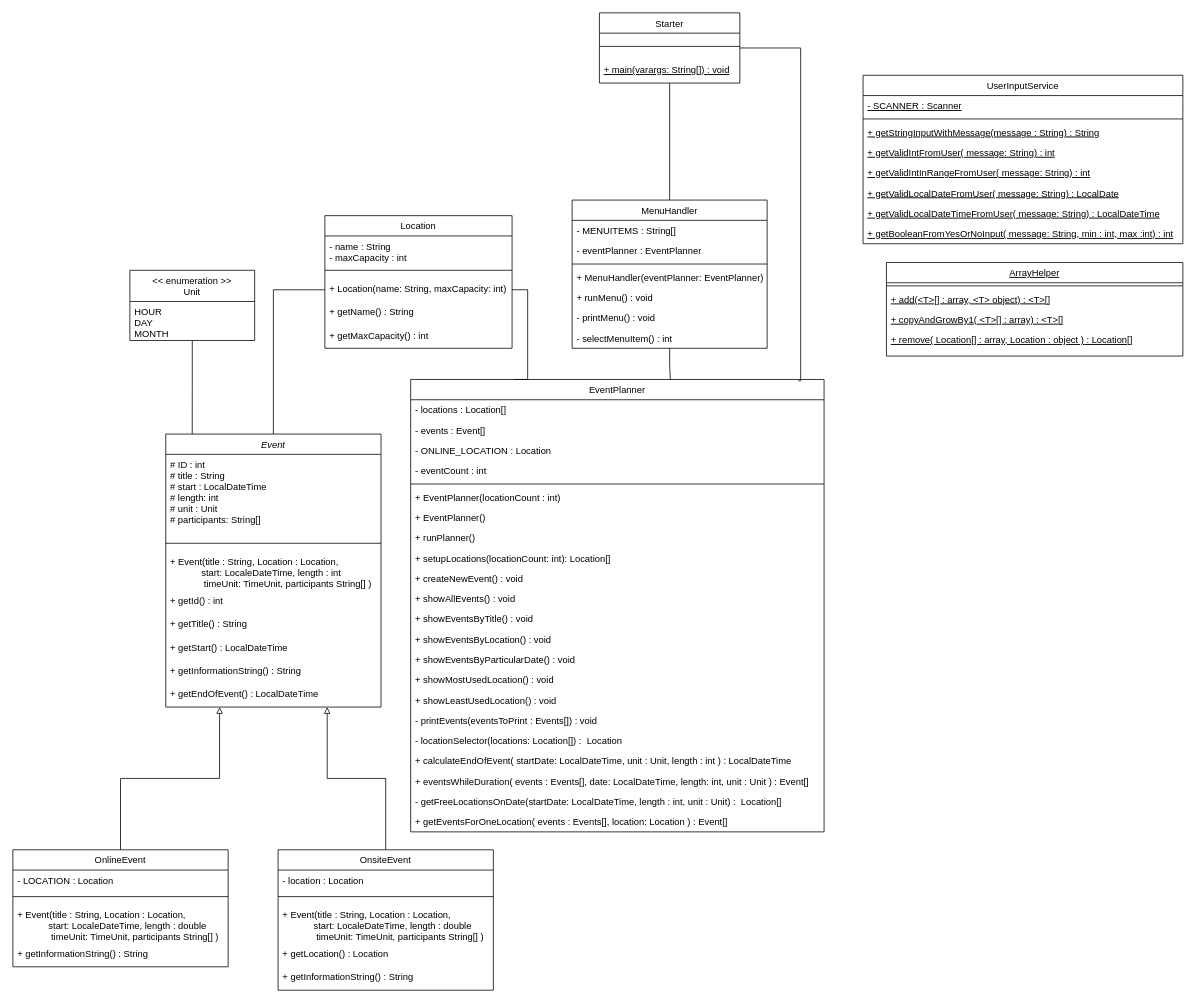
julix14/becker-co1-assignment-02 keeps this draw.io diagram as doc/UML.drawio. Above is the earlier version. Source tidied: cells renumbered, new cells numbered last; positions are measured from the earlier drawing's top-left corner, leaving out a move shared by most shapes. Both pictures are drawn from the tidied source at 78%, with x=0, y=0 at pixel (12, 12).
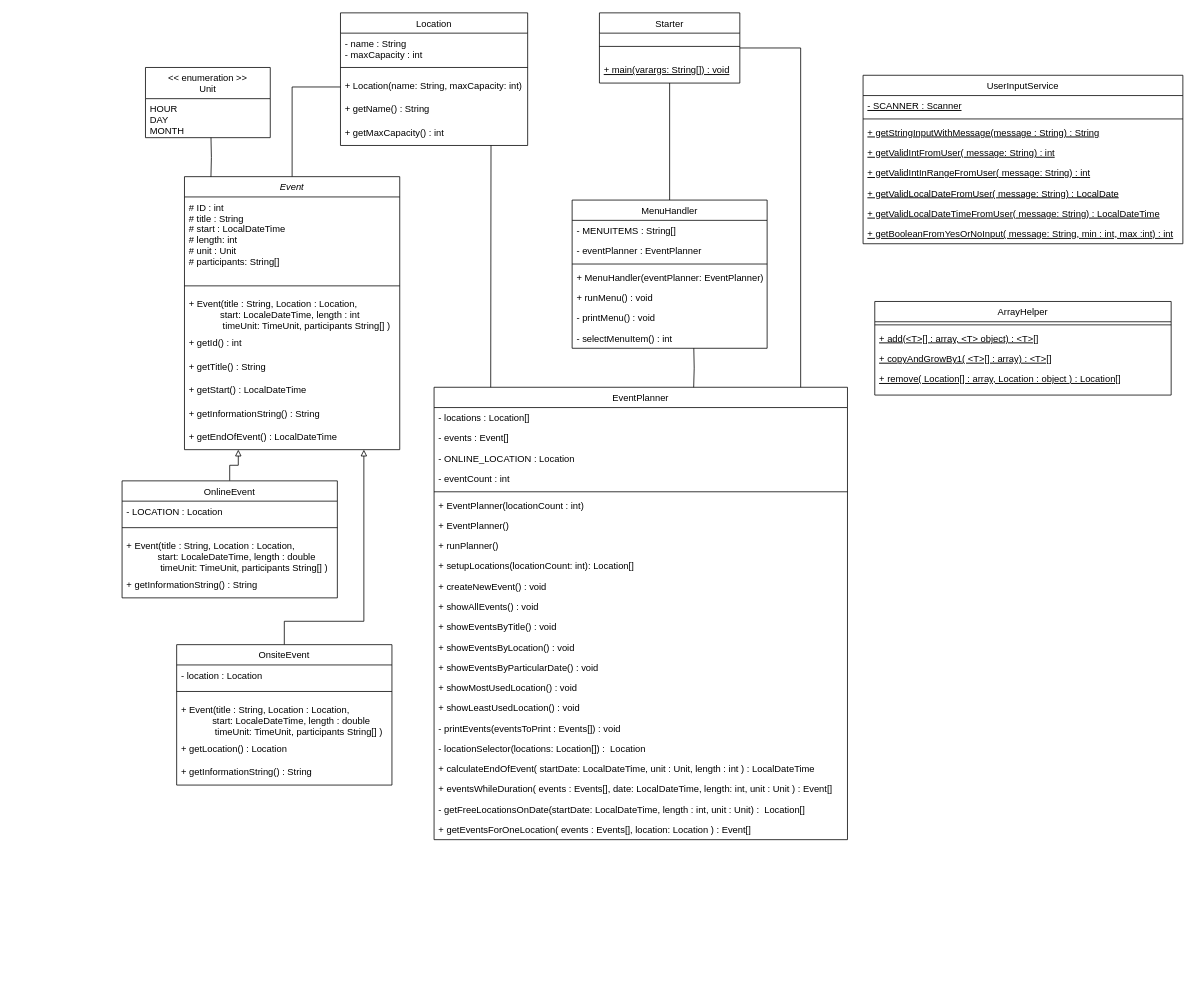
The same page after the edit.

The change refers to these unchanged cells:
```xml
<mxCell id="28" value="+ Location(name: String, maxCapacity: int)" style="text;align=left;verticalAlign=top;spacingLeft=4;spacingRight=4;overflow=hidden;points=[[0,0.5],[1,0.5]];portConstraint=eastwest;" parent="25" vertex="1">
  <mxGeometry y="80" width="240" height="30" as="geometry" />
</mxCell>
<mxCell id="46" value="Starter" style="swimlane;fontStyle=0;align=center;verticalAlign=top;horizontal=1;startSize=26;rounded=0;shadow=0;strokeWidth=1;" parent="1" vertex="1">
  <mxGeometry x="752" width="180" height="90" as="geometry" />
</mxCell>
<mxCell id="50" value="MenuHandler" style="swimlane;fontStyle=0;align=center;verticalAlign=top;horizontal=1;startSize=26;rounded=0;shadow=0;strokeWidth=1;" parent="1" vertex="1">
  <mxGeometry x="717" y="240" width="250" height="190" as="geometry" />
</mxCell>
```

Change to the diagram source:
```diff
@@
     <mxCell id="2" value="EventPlanner" style="swimlane;fontStyle=0;align=center;verticalAlign=top;horizontal=1;startSize=26;rounded=0;shadow=0;strokeWidth=1;" parent="1" vertex="1">
-      <mxGeometry x="510" y="470" width="530" height="580" as="geometry" />
+      <mxGeometry x="540" y="480" width="530" height="580" as="geometry" />
     </mxCell>
@@
     <mxCell id="25" value="Location" style="swimlane;fontStyle=0;align=center;verticalAlign=top;horizontal=1;startSize=26;rounded=0;shadow=0;strokeWidth=1;" parent="1" vertex="1">
-      <mxGeometry x="400" y="260" width="240" height="170" as="geometry" />
+      <mxGeometry x="420" width="240" height="170" as="geometry" />
     </mxCell>
@@
-    <mxCell id="31" style="edgeStyle=orthogonalEdgeStyle;rounded=0;jettySize=auto;html=1;exitX=0.5;exitY=1;exitDx=0;exitDy=0;entryX=0.123;entryY=0.001;entryDx=0;entryDy=0;entryPerimeter=0;endArrow=none;endFill=0;" parent="1" edge="1" source="32" target="35">
-      <mxGeometry relative="1" as="geometry" />
+    <mxCell id="31" style="edgeStyle=orthogonalEdgeStyle;rounded=0;jettySize=auto;html=1;entryX=0.123;entryY=0.001;entryDx=0;entryDy=0;entryPerimeter=0;endArrow=none;endFill=0;" parent="1" edge="1" target="35">
+      <mxGeometry relative="1" as="geometry">
+        <mxPoint x="254" y="160" as="sourcePoint" />
+      </mxGeometry>
     </mxCell>
     <mxCell id="32" value="&lt;&lt; enumeration &gt;&gt;&#10;Unit" style="swimlane;fontStyle=0;align=center;verticalAlign=top;horizontal=1;startSize=40;rounded=0;shadow=0;strokeWidth=1;" parent="1" vertex="1">
-      <mxGeometry x="150" y="330" width="160" height="90" as="geometry" />
+      <mxGeometry x="170" y="70" width="160" height="90" as="geometry" />
     </mxCell>
@@
     <mxCell id="35" value="Event" style="swimlane;fontStyle=2;align=center;verticalAlign=top;horizontal=1;startSize=26;rounded=0;shadow=0;strokeWidth=1;" parent="1" vertex="1">
-      <mxGeometry x="196" y="540" width="276" height="350" as="geometry" />
+      <mxGeometry x="220" y="210" width="276" height="350" as="geometry" />
     </mxCell>
@@
-    <mxCell id="45" style="edgeStyle=orthogonalEdgeStyle;rounded=0;jettySize=auto;html=1;exitX=1;exitY=0.5;exitDx=0;exitDy=0;endArrow=none;endFill=0;entryX=0.938;entryY=0.003;entryDx=0;entryDy=0;entryPerimeter=0;" parent="1" edge="1" source="46" target="2">
+    <mxCell id="45" style="edgeStyle=orthogonalEdgeStyle;rounded=0;jettySize=auto;html=1;exitX=1;exitY=0.5;exitDx=0;exitDy=0;endArrow=none;endFill=0;" parent="1" edge="1" source="46">
       <mxGeometry relative="1" as="geometry">
+        <mxPoint x="1010" y="480" as="targetPoint" />
         <Array as="points">
           <mxPoint x="1010" y="45" />
-          <mxPoint x="1010" y="472" />
         </Array>
       </mxGeometry>
     </mxCell>
@@
-    <mxCell id="49" style="edgeStyle=orthogonalEdgeStyle;rounded=0;jettySize=auto;html=1;endArrow=none;endFill=0;entryX=0.628;entryY=0;entryDx=0;entryDy=0;entryPerimeter=0;" parent="1" edge="1" source="50" target="2">
-      <mxGeometry relative="1" as="geometry" />
+    <mxCell id="49" style="edgeStyle=orthogonalEdgeStyle;rounded=0;jettySize=auto;html=1;endArrow=none;endFill=0;entryX=0.628;entryY=0;entryDx=0;entryDy=0;entryPerimeter=0;" parent="1" edge="1" target="2">
+      <mxGeometry relative="1" as="geometry">
+        <mxPoint x="873" y="430" as="sourcePoint" />
+      </mxGeometry>
     </mxCell>
@@
-    <mxCell id="58" style="edgeStyle=orthogonalEdgeStyle;rounded=0;jettySize=auto;html=1;exitX=0.5;exitY=0;exitDx=0;exitDy=0;endArrow=block;endFill=0;entryX=0.75;entryY=1;entryDx=0;entryDy=0;" parent="1" edge="1" source="59" target="35">
-      <mxGeometry relative="1" as="geometry" />
+    <mxCell id="58" style="edgeStyle=orthogonalEdgeStyle;rounded=0;jettySize=auto;html=1;exitX=0.5;exitY=0;exitDx=0;exitDy=0;endArrow=block;endFill=0;" parent="1" edge="1" source="59">
+      <mxGeometry relative="1" as="geometry">
+        <mxPoint x="450" y="560" as="targetPoint" />
+        <Array as="points">
+          <mxPoint x="348" y="780" />
+          <mxPoint x="450" y="780" />
+          <mxPoint x="450" y="560" />
+        </Array>
+      </mxGeometry>
     </mxCell>
     <mxCell id="59" value="OnsiteEvent" style="swimlane;fontStyle=0;align=center;verticalAlign=top;horizontal=1;startSize=26;rounded=0;shadow=0;strokeWidth=1;" parent="1" vertex="1">
-      <mxGeometry x="340" y="1073" width="276" height="180" as="geometry" />
+      <mxGeometry x="210" y="810" width="276" height="180" as="geometry" />
     </mxCell>
@@
     <mxCell id="66" value="OnlineEvent" style="swimlane;fontStyle=0;align=center;verticalAlign=top;horizontal=1;startSize=26;rounded=0;shadow=0;strokeWidth=1;" parent="1" vertex="1">
-      <mxGeometry y="1073" width="276" height="150" as="geometry" />
+      <mxGeometry x="140" y="600" width="276" height="150" as="geometry" />
     </mxCell>
@@
-    <mxCell id="80" value="ArrayHelper" style="swimlane;fontStyle=4;align=center;verticalAlign=top;horizontal=1;startSize=26;rounded=0;shadow=0;strokeWidth=1;" parent="1" vertex="1">
-      <mxGeometry x="1120" y="320" width="380" height="120" as="geometry" />
+    <mxCell id="80" value="ArrayHelper" style="swimlane;fontStyle=0;align=center;verticalAlign=top;horizontal=1;startSize=26;rounded=0;shadow=0;strokeWidth=1;" parent="1" vertex="1">
+      <mxGeometry x="1105" y="370" width="380" height="120" as="geometry" />
     </mxCell>
@@
-    <mxCell id="85" style="edgeStyle=orthogonalEdgeStyle;rounded=0;jettySize=auto;html=1;exitX=1;exitY=0.5;exitDx=0;exitDy=0;entryX=0.25;entryY=0;entryDx=0;entryDy=0;endArrow=none;endFill=0;" parent="1" edge="1" source="28" target="2">
+    <mxCell id="85" style="edgeStyle=orthogonalEdgeStyle;rounded=0;jettySize=auto;html=1;entryX=0.137;entryY=0;entryDx=0;entryDy=0;endArrow=none;endFill=0;entryPerimeter=0;" parent="1" edge="1" target="2">
       <mxGeometry relative="1" as="geometry">
+        <mxPoint x="613" y="170" as="sourcePoint" />
         <Array as="points">
-          <mxPoint x="660" y="355" />
-          <mxPoint x="660" y="470" />
+          <mxPoint x="613" y="172" />
         </Array>
       </mxGeometry>
     </mxCell>
```
